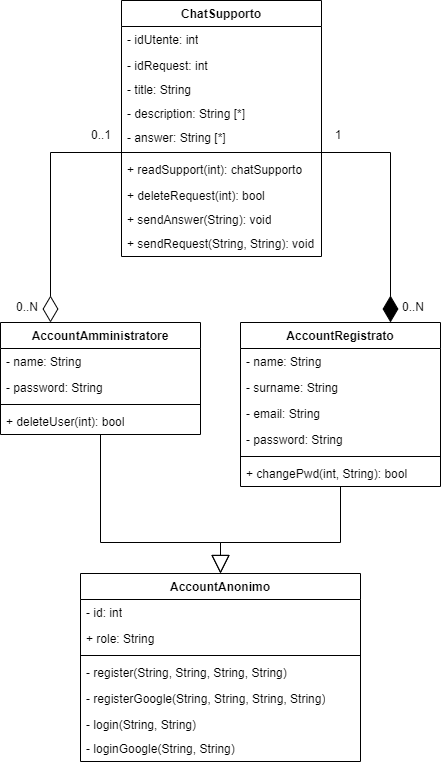
Above: D3/img/class_diagram_support.png in MountainWonders-G24/Deliverables (draw.io), before the change. Source tidied: cells renumbered, new cells last; positions are measured from the earlier drawing's top-left corner, leaving out a move shared by most shapes.
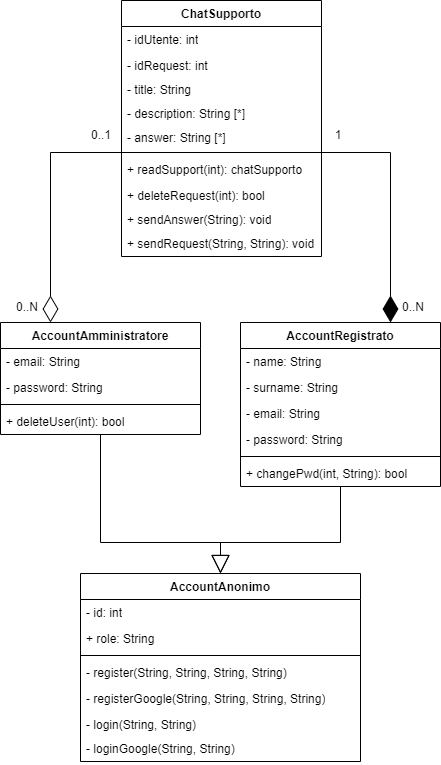
After the change.

What changed in the source:
```diff
@@ -13,7 +13,7 @@
     <mxCell id="3" value="AccountAmministratore" style="swimlane;fontStyle=1;align=center;verticalAlign=top;horizontal=1;startSize=26;whiteSpace=wrap;html=1;" parent="1" vertex="1">
       <mxGeometry y="322" width="200" height="112" as="geometry" />
     </mxCell>
-    <mxCell id="4" value="- name: String" style="text;strokeColor=none;fillColor=none;align=left;verticalAlign=top;spacingLeft=4;spacingRight=4;overflow=hidden;whiteSpace=wrap;html=1;" parent="3" vertex="1">
+    <mxCell id="4" value="- email: String" style="text;strokeColor=none;fillColor=none;align=left;verticalAlign=top;spacingLeft=4;spacingRight=4;overflow=hidden;whiteSpace=wrap;html=1;" parent="3" vertex="1">
       <mxGeometry y="26" width="200" height="26" as="geometry" />
     </mxCell>
     <mxCell id="5" value="- password: String" style="text;strokeColor=none;fillColor=none;align=left;verticalAlign=top;spacingLeft=4;spacingRight=4;overflow=hidden;whiteSpace=wrap;html=1;" parent="3" vertex="1">
```
